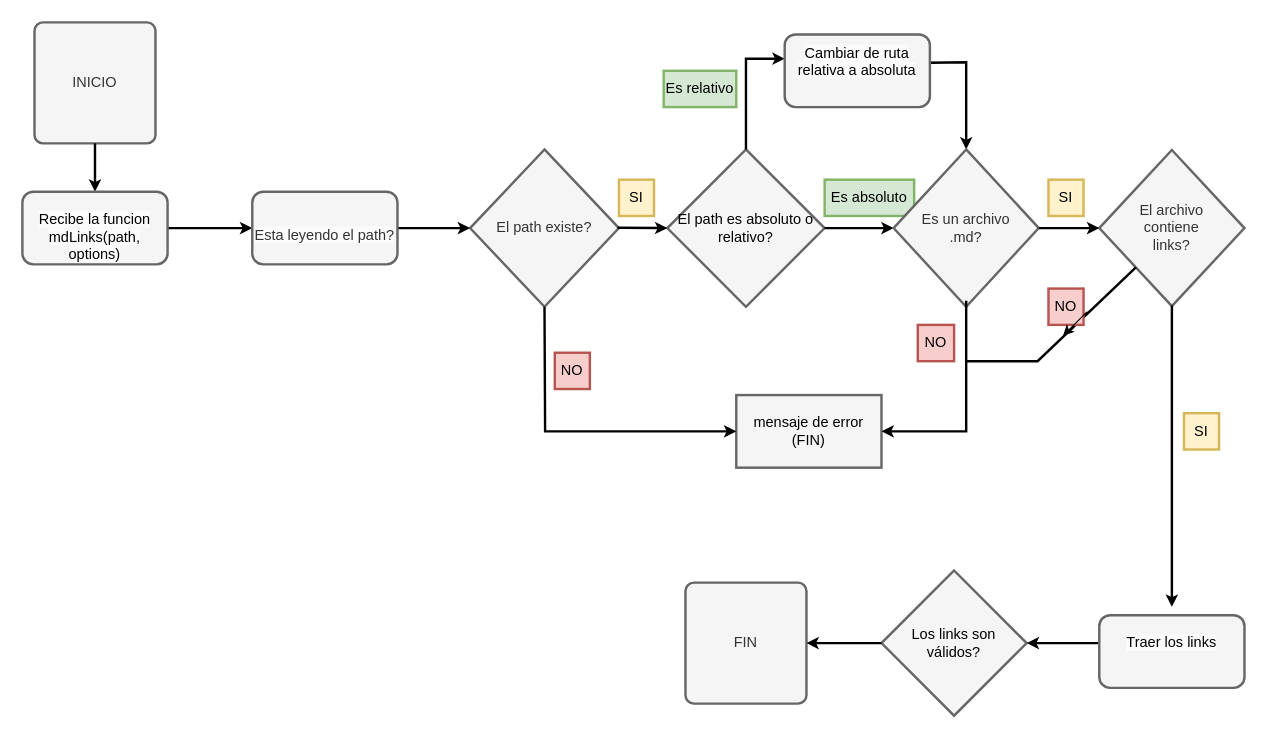
Above: Diagrama sin título.drawio in Laboratoria/DEV002-md-links (draw.io), before the change. Source tidied: cells renumbered, new cells numbered last; positions are measured from the earlier drawing's top-left corner, leaving out a move shared by most shapes. Both pictures are drawn from the tidied source at 121%, with x=0, y=0 at pixel (22, 22).
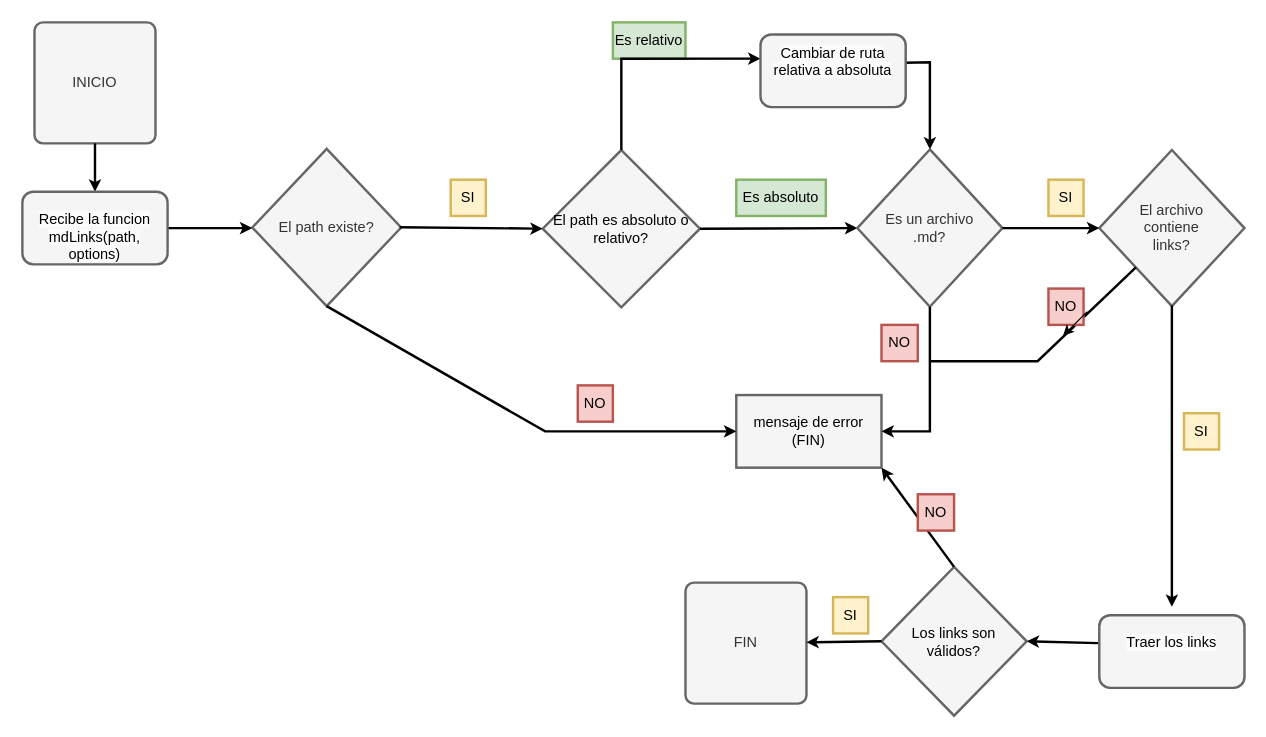
After the change.

Commit message:
Cambio final Diagrama MdLinks.drawio

The change refers to these unchanged cells:
```xml
<mxCell id="12" value="&lt;div&gt;El archivo&lt;/div&gt;&lt;div&gt;contiene&lt;/div&gt;&lt;div&gt;links?&lt;br&gt;&lt;/div&gt;" style="strokeWidth=2;html=1;shape=mxgraph.flowchart.decision;whiteSpace=wrap;fillColor=#f5f5f5;fontColor=#333333;strokeColor=#666666;" parent="1" vertex="1">
  <mxGeometry x="890" y="105.5" width="120" height="129" as="geometry" />
</mxCell>
<mxCell id="13" value="&lt;div&gt;&lt;font color=&quot;#000000&quot;&gt;mensaje de error&lt;/font&gt;&lt;/div&gt;&lt;div&gt;&lt;font color=&quot;#000000&quot;&gt;(FIN)&lt;/font&gt;&lt;br&gt;&lt;/div&gt;" style="rounded=0;whiteSpace=wrap;html=1;strokeColor=#666666;strokeWidth=2;fillColor=#f5f5f5;fontColor=#333333;" parent="1" vertex="1">
  <mxGeometry x="590" y="308" width="120" height="60" as="geometry" />
</mxCell>
```

What changed in the source:
```diff
@@
     <mxCell id="3" value="&lt;div&gt;&lt;font color=&quot;#000000&quot;&gt;El path es absoluto o relativo?&lt;/font&gt;&lt;/div&gt;" style="strokeWidth=2;html=1;shape=mxgraph.flowchart.decision;whiteSpace=wrap;fillColor=#f5f5f5;fontColor=#333333;strokeColor=#666666;" parent="1" vertex="1">
-      <mxGeometry x="533" y="105" width="130" height="130" as="geometry" />
+      <mxGeometry x="430" y="105.5" width="130" height="130" as="geometry" />
     </mxCell>
     <mxCell id="4" value="&lt;div&gt;El path existe?&lt;/div&gt;" style="strokeWidth=2;html=1;shape=mxgraph.flowchart.decision;whiteSpace=wrap;fillColor=#f5f5f5;fontColor=#333333;strokeColor=#666666;" parent="1" vertex="1">
-      <mxGeometry x="370" y="105" width="123" height="130" as="geometry" />
+      <mxGeometry x="190" y="104.5" width="123" height="130" as="geometry" />
     </mxCell>
@@
     <mxCell id="6" value="Es relativo" style="text;strokeColor=#82b366;align=center;fillColor=#d5e8d4;html=1;verticalAlign=middle;whiteSpace=wrap;rounded=0;strokeWidth=2;" parent="1" vertex="1">
-      <mxGeometry x="530" y="40" width="60" height="30" as="geometry" />
+      <mxGeometry x="488" width="60" height="30" as="geometry" />
     </mxCell>
-    <mxCell id="7" style="endArrow=classic;html=1;rounded=0;strokeWidth=2;endSize=4;exitX=1;exitY=0.5;exitDx=0;exitDy=0;exitPerimeter=0;" parent="1" edge="1" source="3">
-      <mxGeometry relative="1" as="geometry">
-        <mxPoint x="720" y="170" as="targetPoint" />
-      </mxGeometry>
+    <mxCell id="7" style="endArrow=classic;html=1;rounded=0;strokeWidth=2;endSize=4;exitX=1;exitY=0.5;exitDx=0;exitDy=0;exitPerimeter=0;entryX=0;entryY=0.5;entryDx=0;entryDy=0;entryPerimeter=0;" parent="1" edge="1" source="3" target="11">
+      <mxGeometry relative="1" as="geometry" />
     </mxCell>
     <mxCell id="8" value="Es absoluto" style="text;strokeColor=#82b366;align=center;fillColor=#d5e8d4;html=1;verticalAlign=middle;whiteSpace=wrap;rounded=0;strokeWidth=2;" parent="1" vertex="1">
-      <mxGeometry x="663" y="130" width="74" height="30" as="geometry" />
+      <mxGeometry x="590" y="130" width="74" height="30" as="geometry" />
     </mxCell>
-    <mxCell id="9" style="endArrow=classic;html=1;rounded=0;strokeWidth=2;endSize=4;exitX=0.5;exitY=0;exitDx=0;exitDy=0;exitPerimeter=0;" parent="1" edge="1" source="3">
+    <mxCell id="9" style="endArrow=classic;html=1;rounded=0;strokeWidth=2;endSize=4;exitX=0.5;exitY=0;exitDx=0;exitDy=0;exitPerimeter=0;entryX=0;entryY=0.333;entryDx=0;entryDy=0;entryPerimeter=0;" parent="1" edge="1" source="3" target="35">
       <mxGeometry relative="1" as="geometry">
-        <mxPoint x="630" y="30" as="targetPoint" />
         <Array as="points">
-          <mxPoint x="598" y="30" />
+          <mxPoint x="495" y="30" />
         </Array>
       </mxGeometry>
     </mxCell>
     <mxCell id="10" style="endArrow=classic;html=1;rounded=0;strokeWidth=2;endSize=4;entryX=0.5;entryY=0;entryDx=0;entryDy=0;exitX=0.993;exitY=0.39;exitDx=0;exitDy=0;exitPerimeter=0;entryPerimeter=0;" parent="1" edge="1" source="35" target="11">
       <mxGeometry relative="1" as="geometry">
         <Array as="points">
-          <mxPoint x="780" y="33" />
+          <mxPoint x="750" y="33" />
+          <mxPoint x="750" y="70" />
         </Array>
       </mxGeometry>
     </mxCell>
     <mxCell id="11" value="&lt;div&gt;Es un archivo&lt;/div&gt;&lt;div&gt;.md?&lt;br&gt;&lt;/div&gt;" style="strokeWidth=2;html=1;shape=mxgraph.flowchart.decision;whiteSpace=wrap;fillColor=#f5f5f5;fontColor=#333333;strokeColor=#666666;" parent="1" vertex="1">
-      <mxGeometry x="720" y="105" width="120" height="130" as="geometry" />
+      <mxGeometry x="690" y="105" width="120" height="130" as="geometry" />
     </mxCell>
@@
     <mxCell id="14" value="&lt;div&gt;&lt;font color=&quot;#000000&quot;&gt;Los links son&lt;br&gt;&lt;/font&gt;&lt;/div&gt;&lt;div&gt;&lt;font color=&quot;#000000&quot;&gt;válidos?&lt;/font&gt;&lt;/div&gt;" style="strokeWidth=2;html=1;shape=mxgraph.flowchart.decision;whiteSpace=wrap;fillColor=#f5f5f5;fontColor=#333333;strokeColor=#666666;" parent="1" vertex="1">
-      <mxGeometry x="710" y="453" width="120" height="120" as="geometry" />
+      <mxGeometry x="710" y="450" width="120" height="123" as="geometry" />
     </mxCell>
@@
-    <mxCell id="16" style="endArrow=classic;html=1;rounded=0;strokeWidth=2;endSize=4;exitX=1;exitY=0.5;exitDx=0;exitDy=0;" parent="1" edge="1" source="34">
-      <mxGeometry relative="1" as="geometry">
-        <mxPoint x="370" y="170" as="targetPoint" />
-      </mxGeometry>
-    </mxCell>
@@
     <mxCell id="23" value="SI" style="text;strokeColor=#d6b656;align=center;fillColor=#fff2cc;html=1;verticalAlign=middle;whiteSpace=wrap;rounded=0;strokeWidth=2;" parent="1" vertex="1">
-      <mxGeometry x="493" y="130" width="29" height="30" as="geometry" />
+      <mxGeometry x="354" y="130" width="29" height="30" as="geometry" />
     </mxCell>
@@
     <mxCell id="25" value="NO" style="text;strokeColor=#b85450;align=center;fillColor=#f8cecc;html=1;verticalAlign=middle;whiteSpace=wrap;rounded=0;strokeWidth=2;" parent="1" vertex="1">
-      <mxGeometry x="440" y="273" width="29" height="30" as="geometry" />
+      <mxGeometry x="459" y="300" width="29" height="30" as="geometry" />
     </mxCell>
     <mxCell id="26" value="NO" style="text;strokeColor=#b85450;align=center;fillColor=#f8cecc;html=1;verticalAlign=middle;whiteSpace=wrap;rounded=0;strokeWidth=2;" parent="1" vertex="1">
-      <mxGeometry x="740" y="250" width="30" height="30" as="geometry" />
+      <mxGeometry x="710" y="250" width="30" height="30" as="geometry" />
     </mxCell>
@@
     <mxCell id="28" style="endArrow=none;html=1;rounded=0;strokeWidth=2;endSize=6;entryX=0.252;entryY=0.751;entryDx=0;entryDy=0;entryPerimeter=0;" parent="1" edge="1" target="12">
       <mxGeometry relative="1" as="geometry">
-        <mxPoint x="780" y="280" as="sourcePoint" />
+        <mxPoint x="750" y="280" as="sourcePoint" />
         <Array as="points">
           <mxPoint x="839" y="280" />
         </Array>
       </mxGeometry>
     </mxCell>
@@
-    <mxCell id="32" style="endArrow=classic;html=1;rounded=0;strokeWidth=2;endSize=4;" parent="1" edge="1">
+    <mxCell id="32" style="endArrow=classic;html=1;rounded=0;strokeWidth=2;endSize=4;exitX=0.5;exitY=1;exitDx=0;exitDy=0;exitPerimeter=0;" parent="1" edge="1" source="11">
       <mxGeometry relative="1" as="geometry">
-        <mxPoint x="780" y="230" as="sourcePoint" />
         <mxPoint x="710" y="338" as="targetPoint" />
         <Array as="points">
-          <mxPoint x="780" y="338" />
+          <mxPoint x="750" y="338" />
         </Array>
       </mxGeometry>
     </mxCell>
@@
-    <mxCell id="34" value="&lt;p style=&quot;line-height: 90%;&quot;&gt;&lt;br&gt;&lt;span style=&quot;color: rgb(51, 51, 51); font-family: Helvetica; font-size: 12px; font-style: normal; font-variant-ligatures: normal; font-variant-caps: normal; font-weight: 400; letter-spacing: normal; orphans: 2; text-indent: 0px; text-transform: none; widows: 2; word-spacing: 0px; -webkit-text-stroke-width: 0px; background-color: rgb(251, 251, 251); text-decoration-thickness: initial; text-decoration-style: initial; text-decoration-color: initial; float: none; display: inline !important;&quot;&gt;Esta leyendo el path?&lt;/span&gt;&lt;br&gt;&lt;/p&gt;" style="rounded=1;whiteSpace=wrap;html=1;strokeColor=#666666;strokeWidth=2;align=center;fillColor=#f5f5f5;fontColor=#333333;" parent="1" vertex="1">
-      <mxGeometry x="190" y="140" width="120" height="60" as="geometry" />
-    </mxCell>
     <mxCell id="35" value="&#10;&lt;span style=&quot;color: rgb(0, 0, 0); font-family: Helvetica; font-size: 12px; font-style: normal; font-variant-ligatures: normal; font-variant-caps: normal; font-weight: 400; letter-spacing: normal; orphans: 2; text-align: center; text-indent: 0px; text-transform: none; widows: 2; word-spacing: 0px; -webkit-text-stroke-width: 0px; background-color: rgb(251, 251, 251); text-decoration-thickness: initial; text-decoration-style: initial; text-decoration-color: initial; float: none; display: inline !important;&quot;&gt;Cambiar de ruta relativa a absoluta&lt;/span&gt;&#10;&#10;" style="rounded=1;whiteSpace=wrap;html=1;strokeColor=#666666;strokeWidth=2;fillColor=#f5f5f5;fontColor=#333333;" parent="1" vertex="1">
-      <mxGeometry x="630" y="10" width="120" height="60" as="geometry" />
+      <mxGeometry x="610" y="10" width="120" height="60" as="geometry" />
     </mxCell>
@@
+    <mxCell id="37" style="endArrow=classic;html=1;rounded=0;strokeWidth=2;endSize=4;entryX=1;entryY=1;entryDx=0;entryDy=0;exitX=0.5;exitY=0;exitDx=0;exitDy=0;exitPerimeter=0;" parent="1" edge="1" source="14" target="13">
+      <mxGeometry relative="1" as="geometry" />
+    </mxCell>
+    <mxCell id="38" value="NO" style="text;strokeColor=#b85450;align=center;fillColor=#f8cecc;html=1;verticalAlign=middle;whiteSpace=wrap;rounded=0;strokeWidth=2;" parent="1" vertex="1">
+      <mxGeometry x="740" y="390" width="30" height="30" as="geometry" />
+    </mxCell>
+    <mxCell id="39" value="SI" style="text;strokeColor=#d6b656;align=center;fillColor=#fff2cc;html=1;verticalAlign=middle;whiteSpace=wrap;rounded=0;strokeWidth=2;" parent="1" vertex="1">
+      <mxGeometry x="670" y="475" width="29" height="30" as="geometry" />
+    </mxCell>
```
